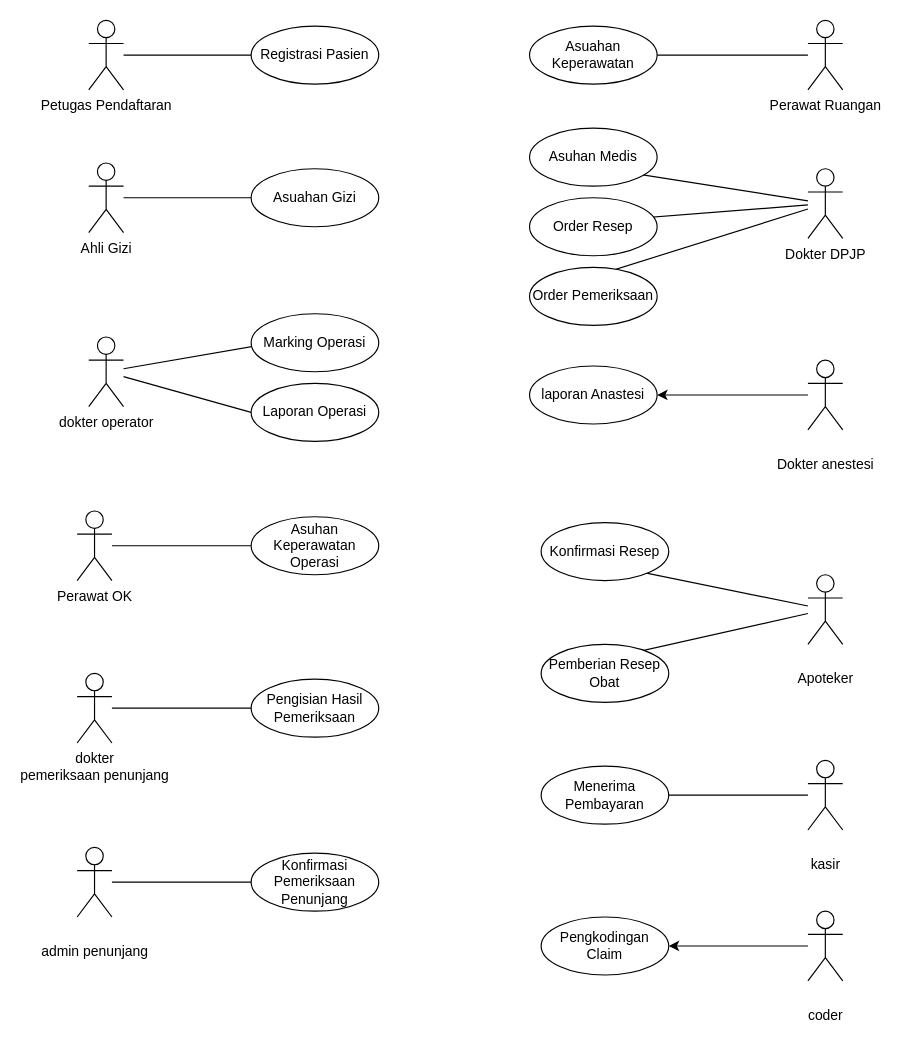
Before: page "USE CASE" (1 of 2) of Untitled Diagram.drawio in ridho-darmawan/srs, a draw.io diagram. Source tidied: cells renumbered, new cells numbered last; positions are measured from the earlier drawing's top-left corner, leaving out a move shared by most shapes. Both pictures are drawn from the tidied source at 116%, with x=0, y=0 at pixel (77, 20).
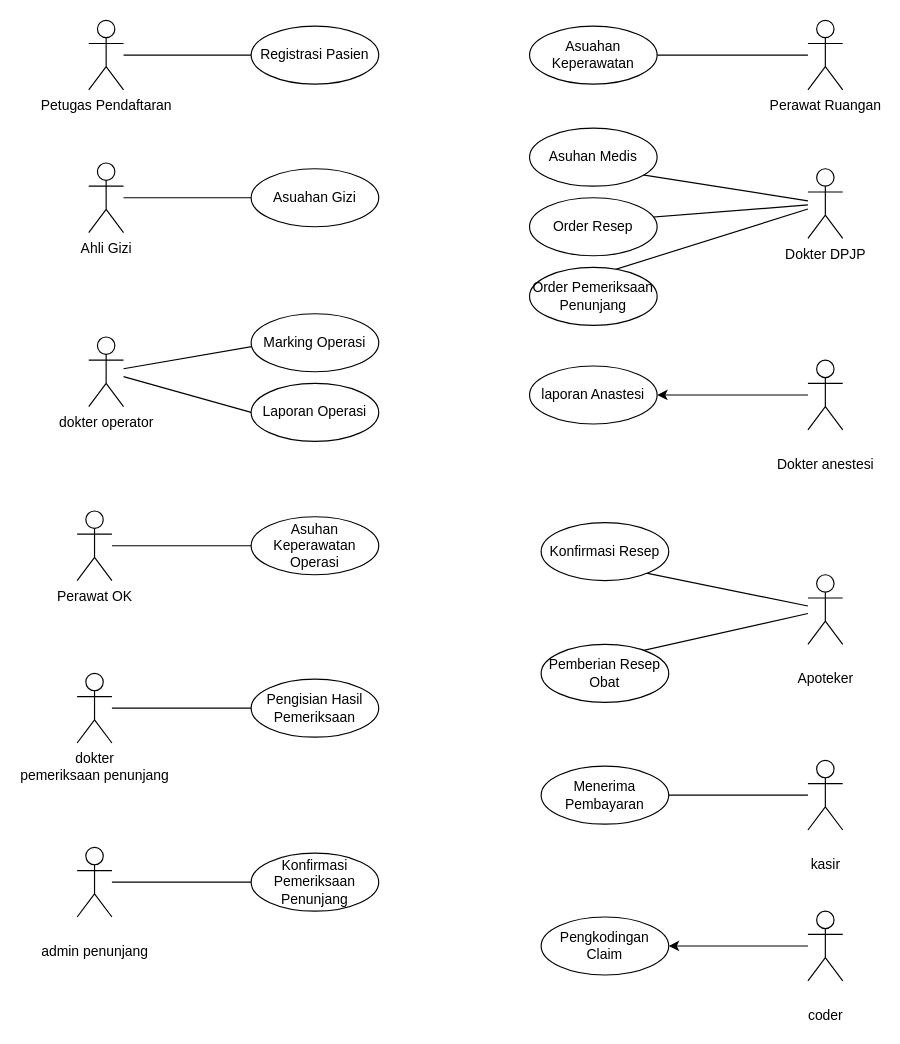
The same diagram, later.

Diff of the diagram source:
```diff
@@
-    <mxCell id="14" value="Order Pemeriksaan" style="ellipse;whiteSpace=wrap;html=1;verticalAlign=middle;" parent="1" vertex="1">
+    <mxCell id="14" value="Order Pemeriksaan Penunjang" style="ellipse;whiteSpace=wrap;html=1;verticalAlign=middle;" parent="1" vertex="1">
       <mxGeometry x="390" y="213" width="110" height="50" as="geometry" />
     </mxCell>
```
